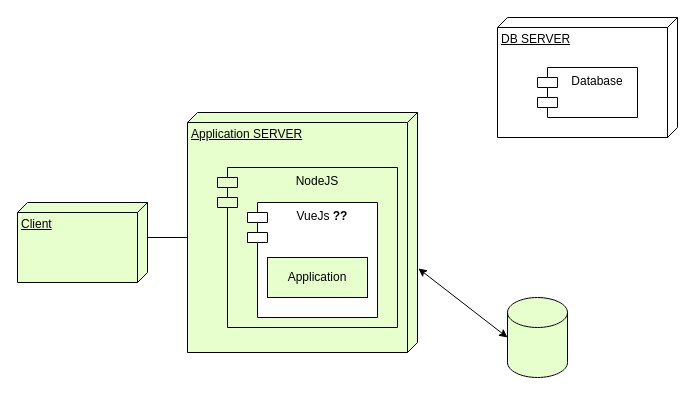
IlonaBaran/oracles keeps this draw.io diagram as page "Page-6" (6 of 6) of UML_diagrams.drawio. Above is the earlier version. Source tidied: cells renumbered, new cells numbered last; positions are measured from the earlier drawing's top-left corner, leaving out a move shared by most shapes. Both pictures are drawn from the tidied source at 100%, with x=0, y=0 at pixel (17, 17).
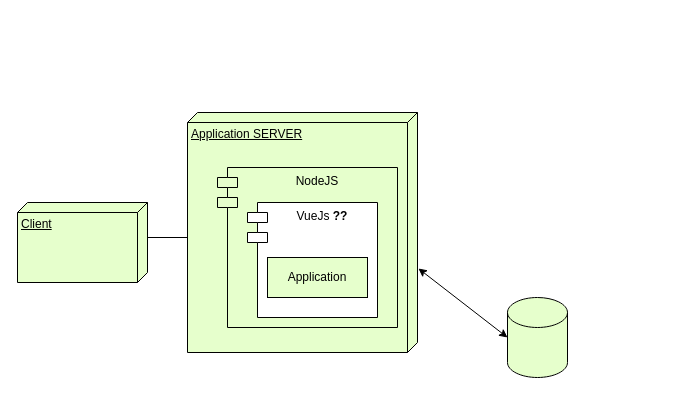
The same diagram, later.

Change to the diagram source:
```diff
@@
 <mxGraphModel>
   <root>
     <mxCell id="0" />
     <mxCell id="1" parent="0" />
     <mxCell id="2" value="Client" style="verticalAlign=top;align=left;spacingTop=8;spacingLeft=2;spacingRight=12;shape=cube;size=10;direction=south;fontStyle=4;html=1;whiteSpace=wrap;fillColor=#E6FFCC;" parent="1" vertex="1">
       <mxGeometry y="185" width="130" height="80" as="geometry" />
     </mxCell>
     <mxCell id="3" value="Application SERVER" style="verticalAlign=top;align=left;spacingTop=8;spacingLeft=2;spacingRight=12;shape=cube;size=10;direction=south;fontStyle=4;html=1;whiteSpace=wrap;fillColor=#E6FFCC;" parent="1" vertex="1">
       <mxGeometry x="170" y="95" width="230" height="240" as="geometry" />
     </mxCell>
     <mxCell id="4" value="NodeJS" style="shape=module;align=left;spacingLeft=20;align=center;verticalAlign=top;whiteSpace=wrap;html=1;fillColor=#E6FFCC;" parent="1" vertex="1">
       <mxGeometry x="200" y="150" width="180" height="160" as="geometry" />
     </mxCell>
     <mxCell id="5" style="shape=cylinder3;whiteSpace=wrap;html=1;boundedLbl=1;backgroundOutline=1;size=15;fillColor=#E6FFCC;" parent="1" vertex="1">
       <mxGeometry x="490" y="280" width="60" height="80" as="geometry" />
     </mxCell>
     <mxCell id="6" value="&lt;div&gt;VueJs &lt;b&gt;??&lt;/b&gt;&lt;/div&gt;&lt;div&gt;&lt;br&gt;&lt;/div&gt;" style="shape=module;align=left;spacingLeft=20;align=center;verticalAlign=top;whiteSpace=wrap;html=1;" parent="1" vertex="1">
       <mxGeometry x="230" y="185" width="130" height="115" as="geometry" />
     </mxCell>
     <mxCell id="7" value="Application " style="rounded=0;whiteSpace=wrap;html=1;fillColor=#E6FFCC;" parent="1" vertex="1">
       <mxGeometry x="250" y="240" width="100" height="40" as="geometry" />
     </mxCell>
-    <mxCell id="8" value="DB SERVER" style="verticalAlign=top;align=left;spacingTop=8;spacingLeft=2;spacingRight=12;shape=cube;size=10;direction=south;fontStyle=4;html=1;whiteSpace=wrap;" parent="1" vertex="1">
-      <mxGeometry x="480" width="180" height="120" as="geometry" />
-    </mxCell>
-    <mxCell id="9" value="Database" style="shape=module;align=left;spacingLeft=20;align=center;verticalAlign=top;whiteSpace=wrap;html=1;" parent="1" vertex="1">
-      <mxGeometry x="520" y="50" width="100" height="50" as="geometry" />
-    </mxCell>
     <mxCell id="10" style="endArrow=none;html=1;rounded=0;entryX=0;entryY=0;entryDx=35;entryDy=0;entryPerimeter=0;exitX=0;exitY=0;exitDx=125;exitDy=230;exitPerimeter=0;" parent="1" edge="1" source="3" target="2">
       <mxGeometry relative="1" as="geometry" />
     </mxCell>
     <mxCell id="11" style="endArrow=classic;startArrow=classic;html=1;rounded=0;entryX=0.65;entryY=-0.004;entryDx=0;entryDy=0;entryPerimeter=0;exitX=0;exitY=0.5;exitDx=0;exitDy=0;exitPerimeter=0;" parent="1" edge="1" source="5" target="3">
       <mxGeometry relative="1" as="geometry" />
     </mxCell>
   </root>
 </mxGraphModel>
```
